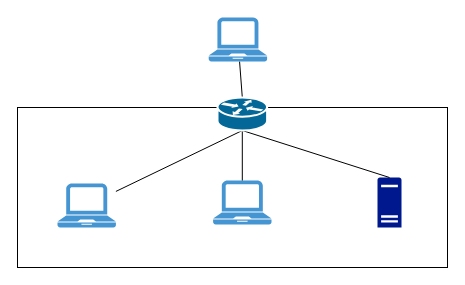
Before: Untitled Diagram.drawio in wetofu/tes, a draw.io diagram. Source tidied: cells renumbered, new cells numbered last; positions are measured from the earlier drawing's top-left corner, leaving out a move shared by most shapes. Both pictures are drawn from the tidied source at 100%, with x=0, y=0 at pixel (17, 17).
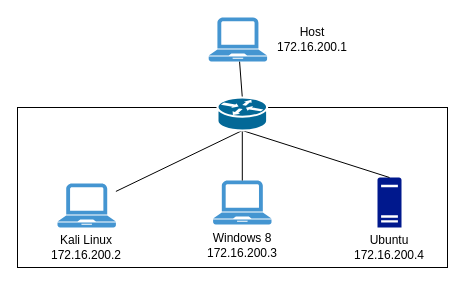
Above is the later version.

Change to the diagram source:
```diff
@@
 <mxGraphModel>
   <root>
     <mxCell id="0" />
     <mxCell id="1" parent="0" />
     <mxCell id="2" style="rounded=0;whiteSpace=wrap;html=1;" parent="1" vertex="1">
       <mxGeometry y="90" width="430" height="160" as="geometry" />
     </mxCell>
     <mxCell id="3" style="rounded=0;jettySize=auto;html=1;entryX=0.5;entryY=0;entryDx=0;entryDy=0;entryPerimeter=0;endArrow=none;endFill=0;" parent="1" edge="1" source="4" target="11">
       <mxGeometry relative="1" as="geometry" />
     </mxCell>
     <mxCell id="4" style="shadow=0;dashed=0;html=1;strokeColor=none;fillColor=#4495D1;labelPosition=center;verticalLabelPosition=bottom;verticalAlign=top;align=center;outlineConnect=0;shape=mxgraph.veeam.laptop;" parent="1" vertex="1">
       <mxGeometry x="191.2" width="58.4" height="44" as="geometry" />
     </mxCell>
     <mxCell id="5" style="shadow=0;dashed=0;html=1;strokeColor=none;fillColor=#4495D1;labelPosition=center;verticalLabelPosition=bottom;verticalAlign=top;align=center;outlineConnect=0;shape=mxgraph.veeam.laptop;" parent="1" vertex="1">
       <mxGeometry x="40" y="166" width="58.4" height="44" as="geometry" />
     </mxCell>
     <mxCell id="6" style="shadow=0;dashed=0;html=1;strokeColor=none;fillColor=#4495D1;labelPosition=center;verticalLabelPosition=bottom;verticalAlign=top;align=center;outlineConnect=0;shape=mxgraph.veeam.laptop;" parent="1" vertex="1">
       <mxGeometry x="195.6" y="163" width="58.4" height="44" as="geometry" />
     </mxCell>
     <mxCell id="7" style="sketch=0;shadow=0;dashed=0;html=1;strokeColor=none;labelPosition=center;verticalLabelPosition=bottom;verticalAlign=top;align=center;fillColor=#00188D;shape=mxgraph.mscae.enterprise.server_generic;" parent="1" vertex="1">
       <mxGeometry x="360" y="160" width="24" height="50" as="geometry" />
     </mxCell>
     <mxCell id="8" style="rounded=0;jettySize=auto;html=1;exitX=0.5;exitY=1;exitDx=0;exitDy=0;exitPerimeter=0;endArrow=none;endFill=0;" parent="1" edge="1" source="11" target="5">
       <mxGeometry relative="1" as="geometry" />
     </mxCell>
     <mxCell id="9" style="rounded=0;jettySize=auto;html=1;exitX=0.5;exitY=1;exitDx=0;exitDy=0;exitPerimeter=0;endArrow=none;endFill=0;" parent="1" edge="1" source="11" target="6">
       <mxGeometry relative="1" as="geometry" />
     </mxCell>
     <mxCell id="10" style="rounded=0;jettySize=auto;html=1;exitX=0.5;exitY=1;exitDx=0;exitDy=0;exitPerimeter=0;entryX=0.5;entryY=0;entryDx=0;entryDy=0;entryPerimeter=0;endArrow=none;endFill=0;" parent="1" edge="1" source="11" target="7">
       <mxGeometry relative="1" as="geometry" />
     </mxCell>
     <mxCell id="11" style="shape=mxgraph.cisco.routers.router;html=1;dashed=0;fillColor=#036897;strokeColor=#ffffff;strokeWidth=2;verticalLabelPosition=bottom;verticalAlign=top;align=center;outlineConnect=0;" parent="1" vertex="1">
       <mxGeometry x="200" y="80" width="49.6" height="33" as="geometry" />
     </mxCell>
+    <mxCell id="12" value="&lt;div&gt;Kali Linux&lt;/div&gt;&lt;div&gt;172.16.200.2&lt;br&gt;&lt;/div&gt;" style="text;html=1;strokeColor=none;fillColor=none;align=center;verticalAlign=middle;whiteSpace=wrap;rounded=0;" parent="1" vertex="1">
+      <mxGeometry x="39.2" y="215" width="60" height="30" as="geometry" />
+    </mxCell>
+    <mxCell id="13" value="&lt;div&gt;Host&lt;/div&gt;&lt;div&gt;172.16.200.1&lt;br&gt;&lt;/div&gt;" style="text;html=1;strokeColor=none;fillColor=none;align=center;verticalAlign=middle;whiteSpace=wrap;rounded=0;" parent="1" vertex="1">
+      <mxGeometry x="265" y="7" width="60" height="30" as="geometry" />
+    </mxCell>
+    <mxCell id="14" value="Windows 8&lt;br&gt;&lt;div&gt;172.16.200.3&lt;br&gt;&lt;/div&gt;" style="text;html=1;strokeColor=none;fillColor=none;align=center;verticalAlign=middle;whiteSpace=wrap;rounded=0;" parent="1" vertex="1">
+      <mxGeometry x="187.6" y="213" width="74.4" height="30" as="geometry" />
+    </mxCell>
+    <mxCell id="15" value="Ubuntu&lt;br&gt;&lt;div&gt;172.16.200.4&lt;br&gt;&lt;/div&gt;" style="text;html=1;strokeColor=none;fillColor=none;align=center;verticalAlign=middle;whiteSpace=wrap;rounded=0;" parent="1" vertex="1">
+      <mxGeometry x="334.8" y="215" width="74.4" height="30" as="geometry" />
+    </mxCell>
   </root>
 </mxGraphModel>
```
